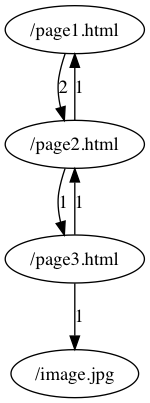
Above: tmp/graphTest.png in Noomaok/Analog (Graphviz), before the change. Its source is kept beside it as tmp/graphTest.dot.
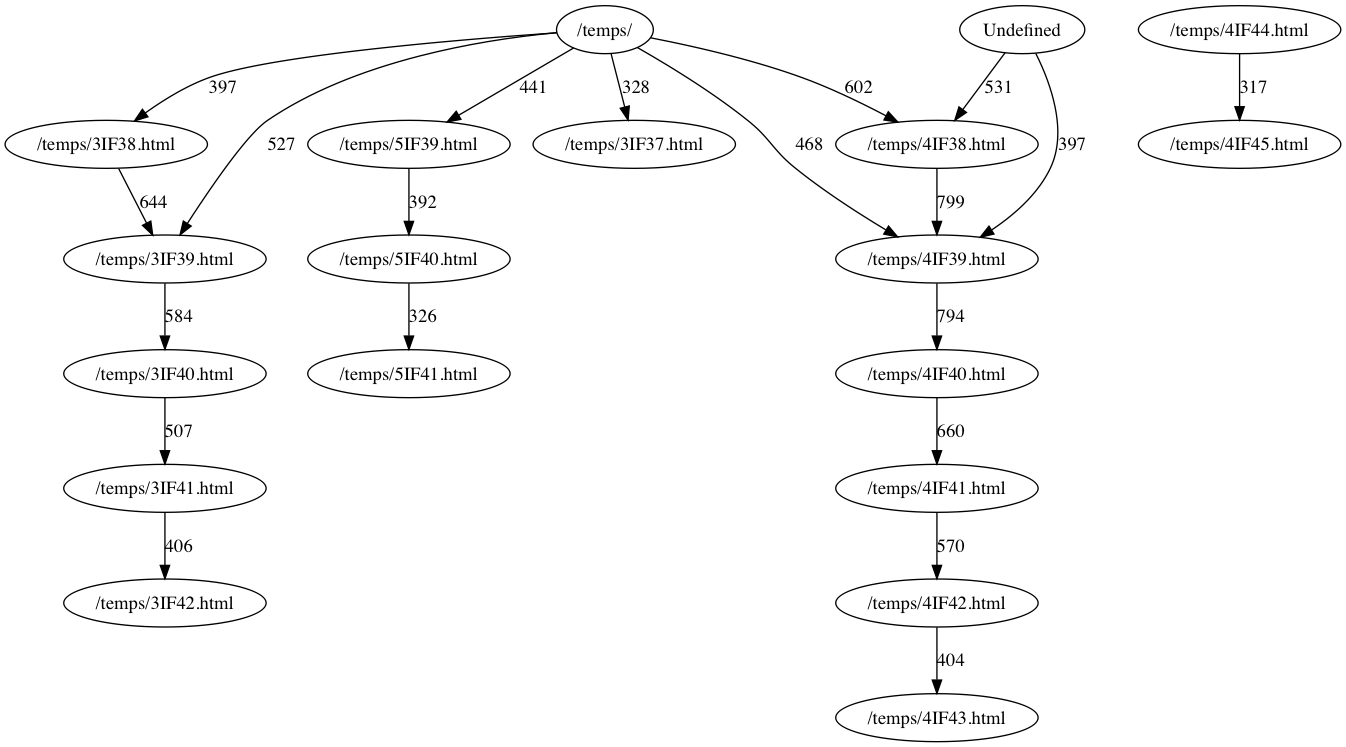
Above is the later version.

The edit, as a diff of the source:
```diff
@@ -1,7 +1,22 @@
 digraph{
-"/page1.html" -> "/page2.html" [label="2"]
-"/page2.html" -> "/page3.html" [label="1"]
-"/page3.html" -> "/page2.html" [label="1"]
-"/page2.html" -> "/page1.html" [label="1"]
-"/page3.html" -> "/image.jpg" [label="1"]
+"/temps/4IF38.html" -> "/temps/4IF39.html" [label="799"]
+"/temps/4IF39.html" -> "/temps/4IF40.html" [label="794"]
+"/temps/4IF40.html" -> "/temps/4IF41.html" [label="660"]
+"/temps/3IF38.html" -> "/temps/3IF39.html" [label="644"]
+"/temps/" -> "/temps/4IF38.html" [label="602"]
+"/temps/3IF39.html" -> "/temps/3IF40.html" [label="584"]
+"/temps/4IF41.html" -> "/temps/4IF42.html" [label="570"]
+"Undefined" -> "/temps/4IF38.html" [label="531"]
+"/temps/" -> "/temps/3IF39.html" [label="527"]
+"/temps/3IF40.html" -> "/temps/3IF41.html" [label="507"]
+"/temps/" -> "/temps/4IF39.html" [label="468"]
+"/temps/" -> "/temps/5IF39.html" [label="441"]
+"/temps/3IF41.html" -> "/temps/3IF42.html" [label="406"]
+"/temps/4IF42.html" -> "/temps/4IF43.html" [label="404"]
+"/temps/" -> "/temps/3IF38.html" [label="397"]
+"Undefined" -> "/temps/4IF39.html" [label="397"]
+"/temps/5IF39.html" -> "/temps/5IF40.html" [label="392"]
+"/temps/" -> "/temps/3IF37.html" [label="328"]
+"/temps/5IF40.html" -> "/temps/5IF41.html" [label="326"]
+"/temps/4IF44.html" -> "/temps/4IF45.html" [label="317"]
 }
```
